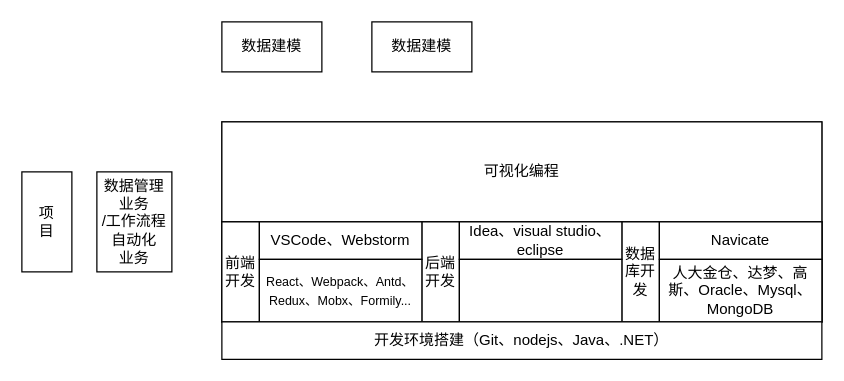
tangyaosimida/love keeps this draw.io diagram as 低——研究内容——平台赋能项目开发.drawio. Above is the earlier version. Source tidied: cells renumbered, new cells numbered last; positions are measured from the earlier drawing's top-left corner, leaving out a move shared by most shapes. Both pictures are drawn from the tidied source at 125%, with x=0, y=0 at pixel (21, 21).
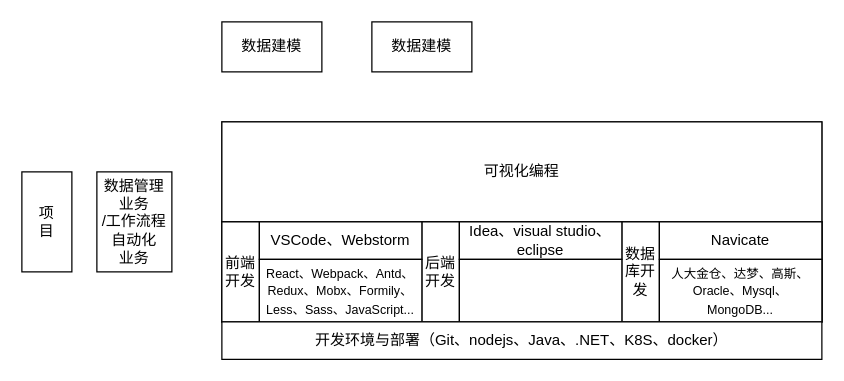
Above is the later version.

Commit message (it also covers changes not shown here):
更新低——研究内容——平台赋能项目开发.drawio

What changed in the source:
```diff
@@
-    <mxCell id="18" value="&lt;font style=&quot;font-size: 10px;&quot;&gt;React、Webpack、Antd、Redux、Mobx、Formily...&lt;/font&gt;" style="rounded=0;whiteSpace=wrap;html=1;" parent="1" vertex="1">
+    <mxCell id="18" value="&lt;font style=&quot;font-size: 10px;&quot;&gt;React、Webpack、Antd、Redux、Mobx、Formily、Less、Sass、JavaScript...&lt;/font&gt;" style="rounded=0;whiteSpace=wrap;html=1;" parent="1" vertex="1">
       <mxGeometry x="190" y="190" width="130" height="50" as="geometry" />
     </mxCell>
@@
-    <mxCell id="20" value="人大金仓、达梦、高斯、Oracle、Mysql、MongoDB" style="rounded=0;whiteSpace=wrap;html=1;" parent="1" vertex="1">
+    <mxCell id="20" value="&lt;font style=&quot;font-size: 10px;&quot;&gt;人大金仓、达梦、高斯、Oracle、Mysql、MongoDB...&lt;/font&gt;" style="rounded=0;whiteSpace=wrap;html=1;" parent="1" vertex="1">
       <mxGeometry x="510" y="190" width="130" height="50" as="geometry" />
     </mxCell>
-    <mxCell id="21" value="开发环境搭建（Git、nodejs、Java、.NET&lt;span style=&quot;background-color: initial;&quot;&gt;）&lt;/span&gt;" style="rounded=0;whiteSpace=wrap;html=1;" parent="1" vertex="1">
+    <mxCell id="21" value="开发环境与部署（Git、nodejs、Java、.NET、K8S、docker&lt;span style=&quot;background-color: initial;&quot;&gt;）&lt;/span&gt;" style="rounded=0;whiteSpace=wrap;html=1;" parent="1" vertex="1">
       <mxGeometry x="160" y="240" width="480" height="30" as="geometry" />
     </mxCell>
```
